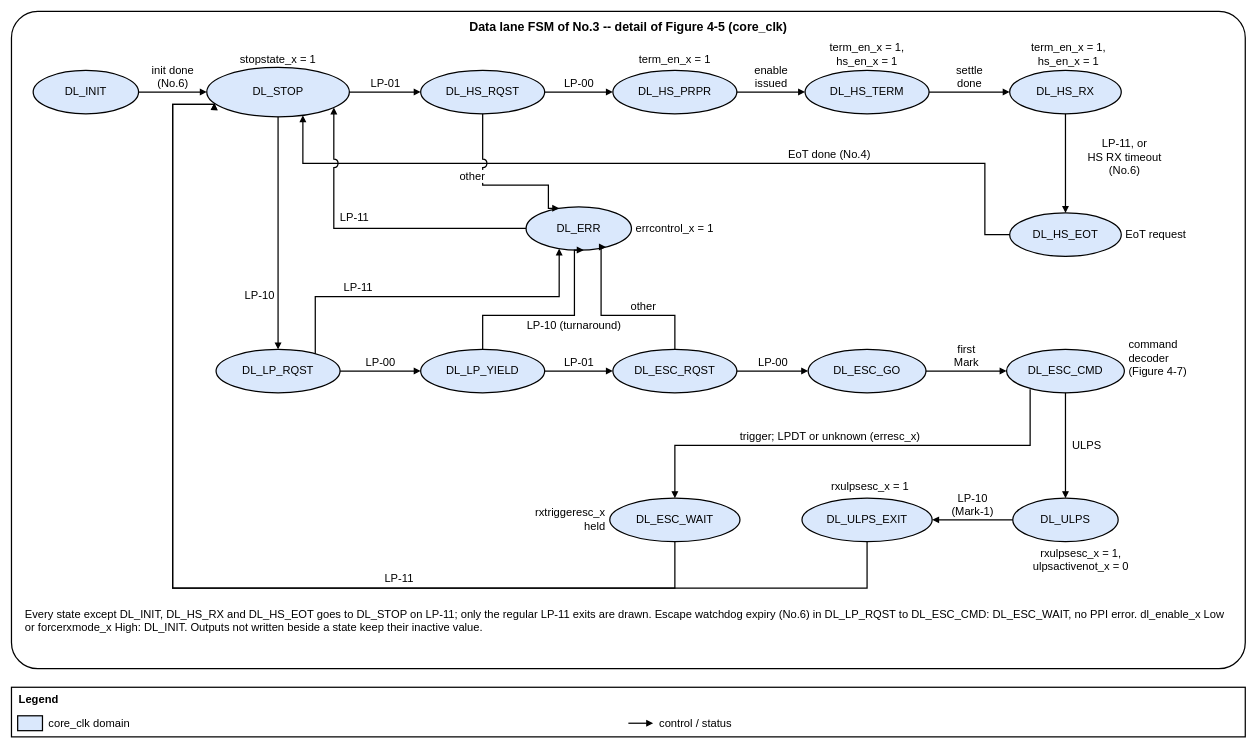
Above: 22fdx/rx/digital/hw/rtl/ip/ftel_dphy_rx/doc/figures/ftel_dphy_rx_dl_fsm.drawio in ftel-cdc/fu3_dphy (draw.io), before the change. Source tidied: cells renumbered, new cells numbered last; positions are measured from the earlier drawing's top-left corner, leaving out a move shared by most shapes. Both pictures are drawn from the tidied source at 62%, with x=0, y=0 at pixel (11, 11).
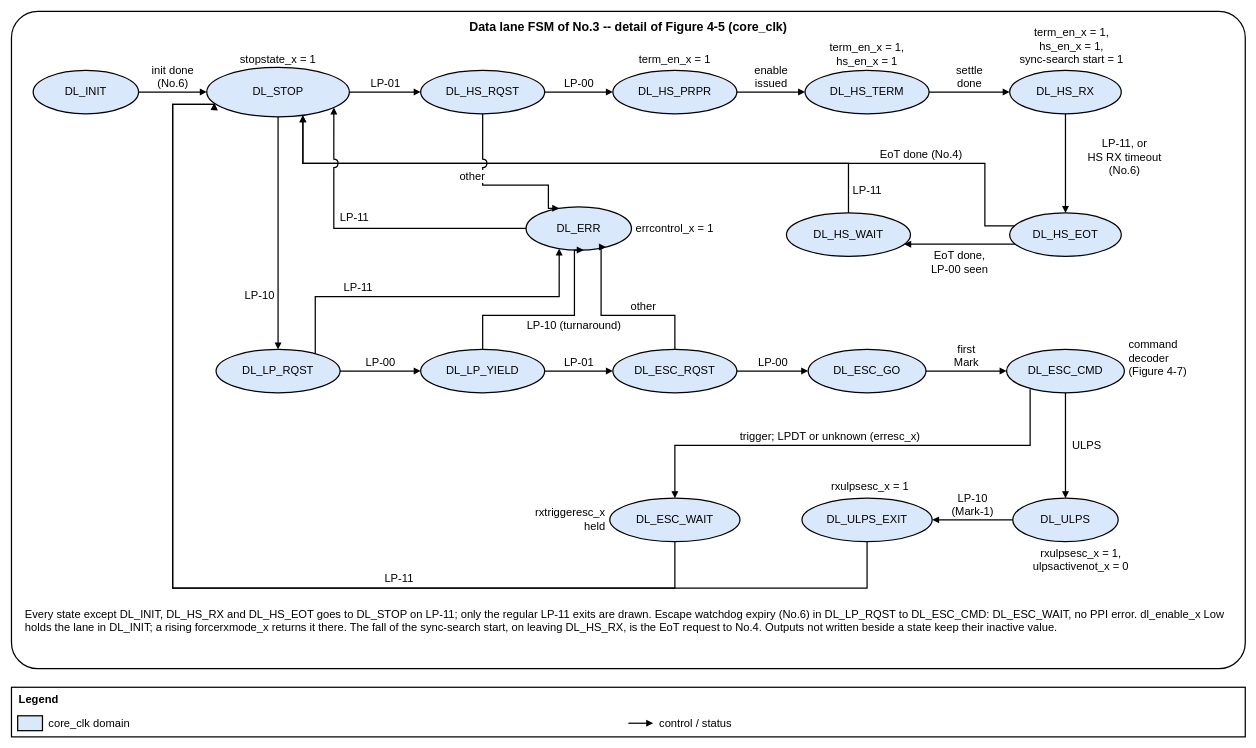
The same diagram, later.

The change refers to these unchanged cells:
```xml
<mxCell id="4" value="DL_STOP" style="ellipse;whiteSpace=wrap;html=1;fontSize=18;strokeWidth=2;fillColor=#DAE8FC;spacing=2;" parent="1" vertex="1">
  <mxGeometry x="315" y="90" width="230" height="80" as="geometry" />
</mxCell>
<mxCell id="9" value="DL_HS_EOT" style="ellipse;whiteSpace=wrap;html=1;fontSize=18;strokeWidth=2;fillColor=#DAE8FC;spacing=2;" parent="1" vertex="1">
  <mxGeometry x="1610" y="325" width="180" height="70" as="geometry" />
</mxCell>
```

The edit, as a diff of the source:
```diff
@@
+    <mxCell id="60" value="DL_HS_WAIT" style="ellipse;whiteSpace=wrap;html=1;fontSize=18;strokeWidth=2;fillColor=#DAE8FC;spacing=2;" parent="1" vertex="1">
+      <mxGeometry x="1250" y="325" width="200" height="70" as="geometry" />
+    </mxCell>
@@
-    <mxCell id="25" value="EoT done (No.4)" style="endArrow=block;endFill=1;html=1;fontSize=18;edgeStyle=orthogonalEdgeStyle;rounded=0;jumpStyle=arc;jumpSize=12;labelBackgroundColor=#FFFFFF;strokeWidth=2;exitX=0;exitY=0.5;exitDx=0;exitDy=0;entryX=0.674;entryY=0.969;entryDx=0;entryDy=0;entryPerimeter=0;" parent="1" edge="1" source="9" target="4">
+    <mxCell id="25" value="EoT done (No.4)" style="endArrow=block;endFill=1;html=1;fontSize=18;edgeStyle=orthogonalEdgeStyle;rounded=0;jumpStyle=arc;jumpSize=12;labelBackgroundColor=#FFFFFF;strokeWidth=2;exitX=0;exitY=0.3;exitDx=0;exitDy=0;entryX=0.674;entryY=0.969;entryDx=0;entryDy=0;entryPerimeter=0;" parent="1" edge="1" source="9" target="4">
       <mxGeometry relative="1" as="geometry">
         <Array as="points">
-          <mxPoint x="1570" y="360" />
+          <mxPoint x="1570" y="346" />
           <mxPoint x="1570" y="245" />
           <mxPoint x="470" y="245" />
         </Array>
-        <mxPoint x="260" y="-14" as="offset" />
+        <mxPoint x="412" y="-14" as="offset" />
       </mxGeometry>
     </mxCell>
+    <mxCell id="61" value="EoT done,&lt;br&gt;LP-00 seen" style="endArrow=block;endFill=1;html=1;fontSize=18;edgeStyle=orthogonalEdgeStyle;rounded=0;jumpStyle=arc;jumpSize=12;labelBackgroundColor=#FFFFFF;strokeWidth=2;exitX=0;exitY=0.75;exitDx=0;exitDy=0;entryX=1;entryY=0.75;entryDx=0;entryDy=0;" parent="1" edge="1" source="9" target="60">
+      <mxGeometry relative="1" as="geometry">
+        <mxPoint y="30" as="offset" />
+      </mxGeometry>
+    </mxCell>
+    <mxCell id="62" value="LP-11" style="endArrow=block;endFill=1;html=1;fontSize=18;edgeStyle=orthogonalEdgeStyle;rounded=0;jumpStyle=arc;jumpSize=12;labelBackgroundColor=#FFFFFF;strokeWidth=2;exitX=0.5;exitY=0;exitDx=0;exitDy=0;entryX=0.674;entryY=0.969;entryDx=0;entryDy=0;entryPerimeter=0;" parent="1" edge="1" source="60" target="4">
+      <mxGeometry x="-0.93" relative="1" as="geometry">
+        <Array as="points">
+          <mxPoint x="1350" y="245" />
+          <mxPoint x="470" y="245" />
+        </Array>
+        <mxPoint x="30" as="offset" />
+      </mxGeometry>
+    </mxCell>
@@
-    <mxCell id="46" value="term_en_x = 1,&lt;br&gt;hs_en_x = 1" style="text;html=1;whiteSpace=wrap;fontSize=18;align=center;verticalAlign=middle;strokeColor=none;fillColor=none;spacing=2;" parent="1" vertex="1">
-      <mxGeometry x="1590" y="45" width="230" height="50" as="geometry" />
+    <mxCell id="46" value="term_en_x = 1,&lt;br&gt;hs_en_x = 1,&lt;br&gt;sync-search start = 1" style="text;html=1;whiteSpace=wrap;fontSize=18;align=center;verticalAlign=middle;strokeColor=none;fillColor=none;spacing=2;" parent="1" vertex="1">
+      <mxGeometry x="1580" y="18" width="260" height="76" as="geometry" />
     </mxCell>
-    <mxCell id="47" value="EoT request" style="text;html=1;whiteSpace=wrap;fontSize=18;align=left;verticalAlign=middle;strokeColor=none;fillColor=none;spacing=2;" parent="1" vertex="1">
-      <mxGeometry x="1795" y="345" width="180" height="30" as="geometry" />
-    </mxCell>
@@
-    <mxCell id="53" value="Every state except DL_INIT, DL_HS_RX and DL_HS_EOT goes to DL_STOP on LP-11; only the regular LP-11 exits are drawn. Escape watchdog expiry (No.6) in DL_LP_RQST to DL_ESC_CMD: DL_ESC_WAIT, no PPI error. dl_enable_x Low or forcerxmode_x High: DL_INIT. Outputs not written beside a state keep their inactive value." style="text;html=1;whiteSpace=wrap;fontSize=18;align=left;verticalAlign=top;strokeColor=none;fillColor=none;spacing=2;" parent="1" vertex="1">
+    <mxCell id="53" value="Every state except DL_INIT, DL_HS_RX and DL_HS_EOT goes to DL_STOP on LP-11; only the regular LP-11 exits are drawn. Escape watchdog expiry (No.6) in DL_LP_RQST to DL_ESC_CMD: DL_ESC_WAIT, no PPI error. dl_enable_x Low holds the lane in DL_INIT; a rising forcerxmode_x returns it there. The fall of the sync-search start, on leaving DL_HS_RX, is the EoT request to No.4. Outputs not written beside a state keep their inactive value." style="text;html=1;whiteSpace=wrap;fontSize=18;align=left;verticalAlign=top;strokeColor=none;fillColor=none;spacing=2;" parent="1" vertex="1">
       <mxGeometry x="20" y="955" width="1950" height="90" as="geometry" />
     </mxCell>
```
